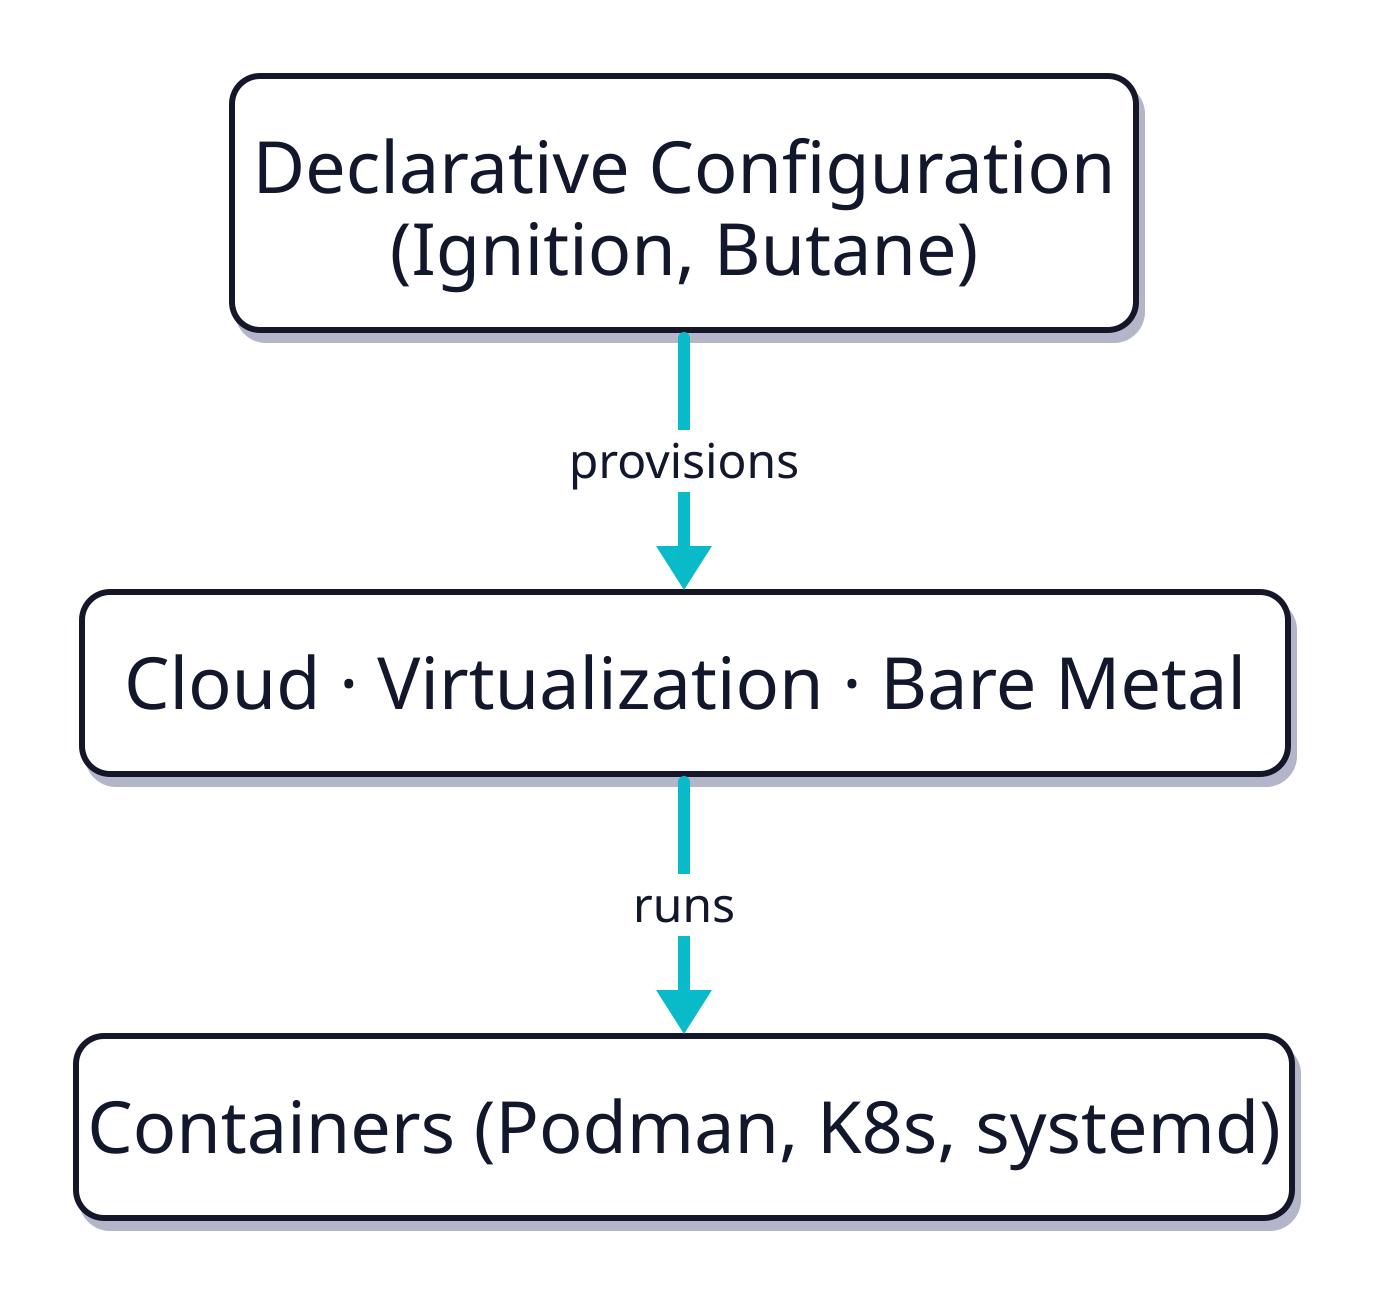
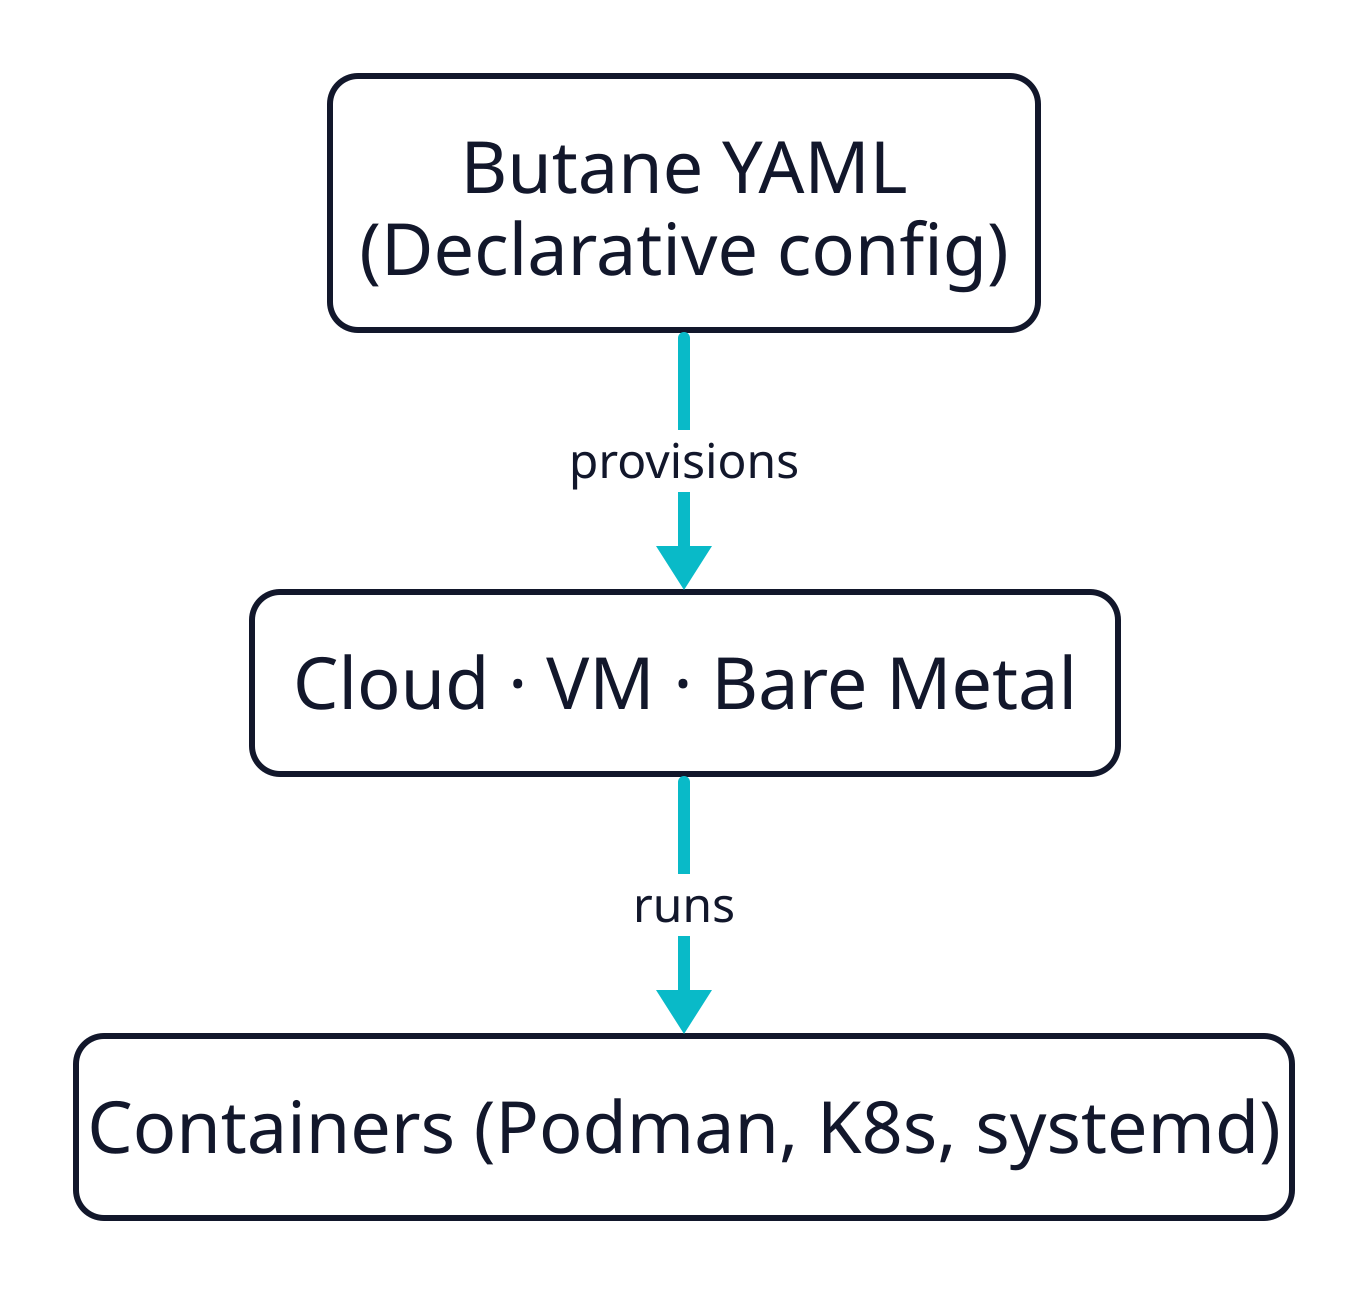
vars: {
  d2-config: {
    pad: 36
    sketch: false
  }
}

classes: {
  step: {
    style: {
-       fill: "#FFFFFF"
+       fill: "transparent"
      stroke: "#12172B"
      stroke-width: 3
      font-color: "#12172B"
      font-size: 36
      border-radius: 14
-       shadow: true
+       shadow: false
      bold: true
    }
  }
  arrow: {
    style: {
      stroke: "#09BAC8"
      stroke-width: 6
      font-color: "#12172B"
      font-size: 24
      bold: true
    }
  }
}

direction: down

- config: "Declarative Configuration\n(Ignition, Butane)" { class: step }
- substrate: "Cloud · Virtualization · Bare Metal" { class: step }
+ config: "Butane YAML\n(Declarative config)" { class: step }
+ substrate: "Cloud · VM · Bare Metal" { class: step }
containers: "Containers (Podman, K8s, systemd)" { class: step }

config -> substrate: "provisions" { class: arrow }
substrate -> containers: "runs" { class: arrow }
